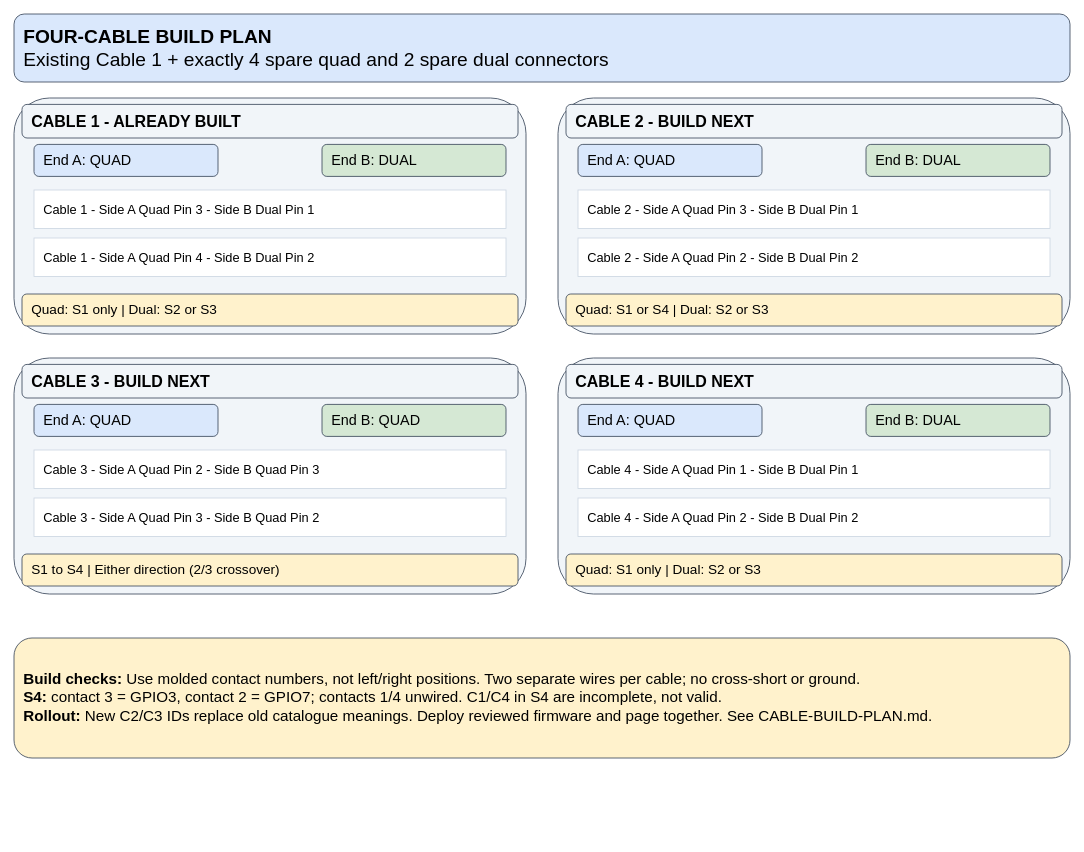
Earlier version of the draw.io diagram page "Cable Build Plan" (2 of 2) of hardware/raspberry-pi/panel-pi-wiring.drawio (Andworx/Copilot-IoT-Game). Source tidied: cells renumbered, new cells numbered last; positions are measured from the earlier drawing's top-left corner, leaving out a move shared by most shapes. Both pictures are drawn from the tidied source at 80%, with x=0, y=0 at pixel (14, 14).
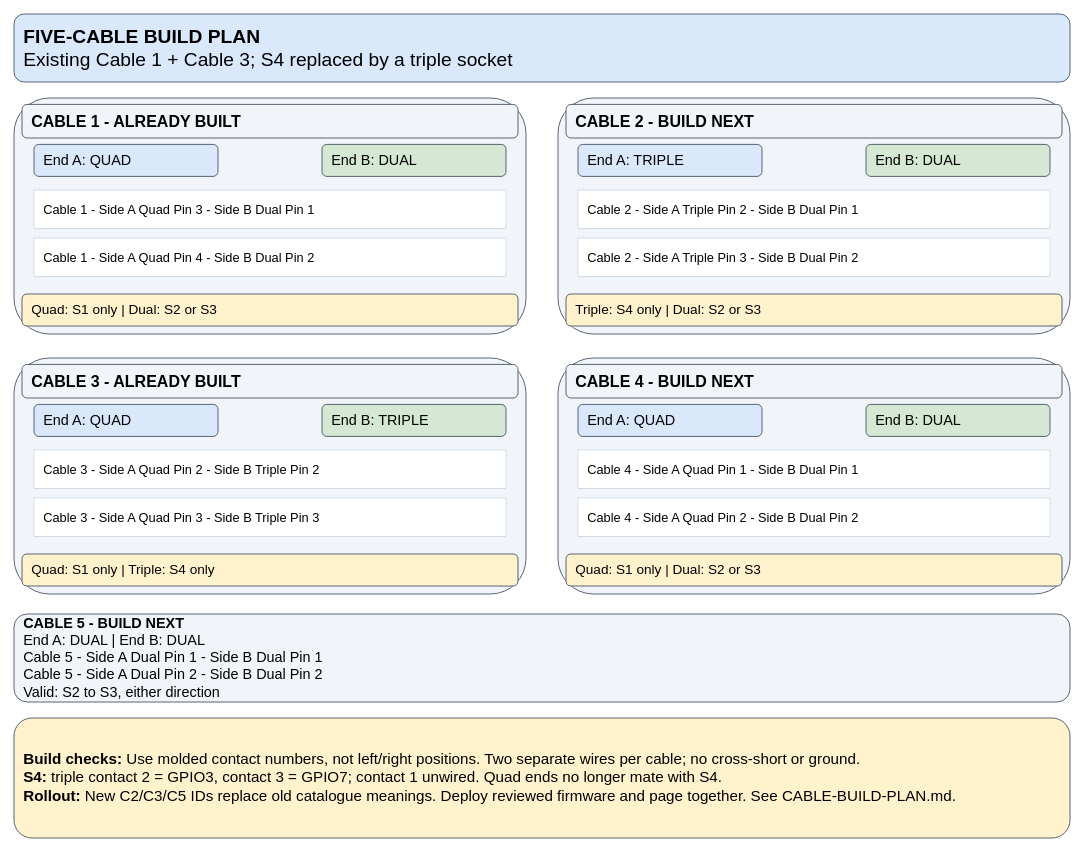
The same page after the edit.

Diff of the diagram source:
```diff
@@
-    <mxCell id="2" value="&lt;b&gt;FOUR-CABLE BUILD PLAN&lt;/b&gt;&lt;br&gt;Existing Cable 1 + exactly 4 spare quad and 2 spare dual connectors" style="rounded=1;whiteSpace=wrap;html=1;fillColor=#DAE8FC;strokeColor=#334155;fontSize=24;fontFamily=Helvetica;align=left;verticalAlign=middle;spacing=12;" parent="1" vertex="1">
+    <mxCell id="2" value="&lt;b&gt;FIVE-CABLE BUILD PLAN&lt;/b&gt;&lt;br&gt;Existing Cable 1 + Cable 3; S4 replaced by a triple socket" style="rounded=1;whiteSpace=wrap;html=1;fillColor=#DAE8FC;strokeColor=#334155;fontSize=24;fontFamily=Helvetica;align=left;verticalAlign=middle;spacing=12;" parent="1" vertex="1">
       <mxGeometry width="1320" height="85" as="geometry" />
     </mxCell>
@@
-    <mxCell id="12" value="End A: QUAD" style="rounded=1;whiteSpace=wrap;html=1;fillColor=#DAE8FC;strokeColor=#334155;fontSize=18;fontFamily=Helvetica;align=left;verticalAlign=middle;spacing=12;" parent="1" vertex="1">
+    <mxCell id="12" value="End A: TRIPLE" style="rounded=1;whiteSpace=wrap;html=1;fillColor=#DAE8FC;strokeColor=#334155;fontSize=18;fontFamily=Helvetica;align=left;verticalAlign=middle;spacing=12;" parent="1" vertex="1">
       <mxGeometry x="705" y="163" width="230" height="40" as="geometry" />
     </mxCell>
@@
-    <mxCell id="14" value="Cable 2 - Side A Quad Pin 3 - Side B Dual Pin 1" style="whiteSpace=wrap;html=1;fillColor=#FFFFFF;strokeColor=#CBD5E1;fontSize=16;align=left;spacing=12;" parent="1" vertex="1" edge="0">
+    <mxCell id="14" value="Cable 2 - Side A Triple Pin 2 - Side B Dual Pin 1" style="whiteSpace=wrap;html=1;fillColor=#FFFFFF;strokeColor=#CBD5E1;fontSize=16;align=left;spacing=12;" parent="1" vertex="1" edge="0">
       <mxGeometry x="705" y="220" width="590" height="48" as="geometry" />
     </mxCell>
-    <mxCell id="15" value="Cable 2 - Side A Quad Pin 2 - Side B Dual Pin 2" style="whiteSpace=wrap;html=1;fillColor=#FFFFFF;strokeColor=#CBD5E1;fontSize=16;align=left;spacing=12;" parent="1" vertex="1" edge="0">
+    <mxCell id="15" value="Cable 2 - Side A Triple Pin 3 - Side B Dual Pin 2" style="whiteSpace=wrap;html=1;fillColor=#FFFFFF;strokeColor=#CBD5E1;fontSize=16;align=left;spacing=12;" parent="1" vertex="1" edge="0">
       <mxGeometry x="705" y="280" width="590" height="48" as="geometry" />
     </mxCell>
-    <mxCell id="16" value="Quad: S1 or S4 | Dual: S2 or S3" style="rounded=1;whiteSpace=wrap;html=1;fillColor=#FFF2CC;strokeColor=#334155;fontSize=17;fontFamily=Helvetica;align=left;verticalAlign=middle;spacing=12;" parent="1" vertex="1">
+    <mxCell id="16" value="Triple: S4 only | Dual: S2 or S3" style="rounded=1;whiteSpace=wrap;html=1;fillColor=#FFF2CC;strokeColor=#334155;fontSize=17;fontFamily=Helvetica;align=left;verticalAlign=middle;spacing=12;" parent="1" vertex="1">
       <mxGeometry x="690" y="350" width="620" height="40" as="geometry" />
     </mxCell>
@@
-    <mxCell id="18" value="&lt;b&gt;CABLE 3 - BUILD NEXT&lt;/b&gt;" style="rounded=1;whiteSpace=wrap;html=1;fillColor=#F1F5F9;strokeColor=#334155;fontSize=20;fontFamily=Helvetica;align=left;verticalAlign=middle;spacing=12;" parent="1" vertex="1">
+    <mxCell id="18" value="&lt;b&gt;CABLE 3 - ALREADY BUILT&lt;/b&gt;" style="rounded=1;whiteSpace=wrap;html=1;fillColor=#F1F5F9;strokeColor=#334155;fontSize=20;fontFamily=Helvetica;align=left;verticalAlign=middle;spacing=12;" parent="1" vertex="1">
       <mxGeometry x="10" y="438" width="620" height="42" as="geometry" />
     </mxCell>
@@
-    <mxCell id="20" value="End B: QUAD" style="rounded=1;whiteSpace=wrap;html=1;fillColor=#D5E8D4;strokeColor=#334155;fontSize=18;fontFamily=Helvetica;align=left;verticalAlign=middle;spacing=12;" parent="1" vertex="1">
+    <mxCell id="20" value="End B: TRIPLE" style="rounded=1;whiteSpace=wrap;html=1;fillColor=#D5E8D4;strokeColor=#334155;fontSize=18;fontFamily=Helvetica;align=left;verticalAlign=middle;spacing=12;" parent="1" vertex="1">
       <mxGeometry x="385" y="488" width="230" height="40" as="geometry" />
     </mxCell>
-    <mxCell id="21" value="Cable 3 - Side A Quad Pin 2 - Side B Quad Pin 3" style="whiteSpace=wrap;html=1;fillColor=#FFFFFF;strokeColor=#CBD5E1;fontSize=16;align=left;spacing=12;" parent="1" vertex="1" edge="0">
+    <mxCell id="21" value="Cable 3 - Side A Quad Pin 2 - Side B Triple Pin 2" style="whiteSpace=wrap;html=1;fillColor=#FFFFFF;strokeColor=#CBD5E1;fontSize=16;align=left;spacing=12;" parent="1" vertex="1" edge="0">
       <mxGeometry x="25" y="545" width="590" height="48" as="geometry" />
     </mxCell>
-    <mxCell id="22" value="Cable 3 - Side A Quad Pin 3 - Side B Quad Pin 2" style="whiteSpace=wrap;html=1;fillColor=#FFFFFF;strokeColor=#CBD5E1;fontSize=16;align=left;spacing=12;" parent="1" vertex="1" edge="0">
+    <mxCell id="22" value="Cable 3 - Side A Quad Pin 3 - Side B Triple Pin 3" style="whiteSpace=wrap;html=1;fillColor=#FFFFFF;strokeColor=#CBD5E1;fontSize=16;align=left;spacing=12;" parent="1" vertex="1" edge="0">
       <mxGeometry x="25" y="605" width="590" height="48" as="geometry" />
     </mxCell>
-    <mxCell id="23" value="S1 to S4 | Either direction (2/3 crossover)" style="rounded=1;whiteSpace=wrap;html=1;fillColor=#FFF2CC;strokeColor=#334155;fontSize=17;fontFamily=Helvetica;align=left;verticalAlign=middle;spacing=12;" parent="1" vertex="1">
+    <mxCell id="23" value="Quad: S1 only | Triple: S4 only" style="rounded=1;whiteSpace=wrap;html=1;fillColor=#FFF2CC;strokeColor=#334155;fontSize=17;fontFamily=Helvetica;align=left;verticalAlign=middle;spacing=12;" parent="1" vertex="1">
       <mxGeometry x="10" y="675" width="620" height="40" as="geometry" />
     </mxCell>
@@
+    <mxCell id="32" value="&lt;b&gt;CABLE 5 - BUILD NEXT&lt;/b&gt;&lt;br&gt;End A: DUAL | End B: DUAL&lt;br&gt;Cable 5 - Side A Dual Pin 1 - Side B Dual Pin 1&lt;br&gt;Cable 5 - Side A Dual Pin 2 - Side B Dual Pin 2&lt;br&gt;Valid: S2 to S3, either direction" style="rounded=1;whiteSpace=wrap;html=1;fillColor=#F1F5F9;strokeColor=#334155;fontSize=18;fontFamily=Helvetica;align=left;verticalAlign=middle;spacing=12;" parent="1" vertex="1">
+      <mxGeometry y="750" width="1320" height="110" as="geometry" />
+    </mxCell>
-    <mxCell id="31" value="&lt;b&gt;Build checks:&lt;/b&gt; Use molded contact numbers, not left/right positions. Two separate wires per cable; no cross-short or ground.&lt;br&gt;&lt;b&gt;S4:&lt;/b&gt; contact 3 = GPIO3, contact 2 = GPIO7; contacts 1/4 unwired. C1/C4 in S4 are incomplete, not valid.&lt;br&gt;&lt;b&gt;Rollout:&lt;/b&gt; New C2/C3 IDs replace old catalogue meanings. Deploy reviewed firmware and page together. See CABLE-BUILD-PLAN.md." style="rounded=1;whiteSpace=wrap;html=1;fillColor=#FFF2CC;strokeColor=#334155;fontSize=19;fontFamily=Helvetica;align=left;verticalAlign=middle;spacing=12;" parent="1" vertex="1">
-      <mxGeometry y="780" width="1320" height="150" as="geometry" />
+    <mxCell id="31" value="&lt;b&gt;Build checks:&lt;/b&gt; Use molded contact numbers, not left/right positions. Two separate wires per cable; no cross-short or ground.&lt;br&gt;&lt;b&gt;S4:&lt;/b&gt; triple contact 2 = GPIO3, contact 3 = GPIO7; contact 1 unwired. Quad ends no longer mate with S4.&lt;br&gt;&lt;b&gt;Rollout:&lt;/b&gt; New C2/C3/C5 IDs replace old catalogue meanings. Deploy reviewed firmware and page together. See CABLE-BUILD-PLAN.md." style="rounded=1;whiteSpace=wrap;html=1;fillColor=#FFF2CC;strokeColor=#334155;fontSize=19;fontFamily=Helvetica;align=left;verticalAlign=middle;spacing=12;" parent="1" vertex="1">
+      <mxGeometry y="880" width="1320" height="150" as="geometry" />
     </mxCell>
```
